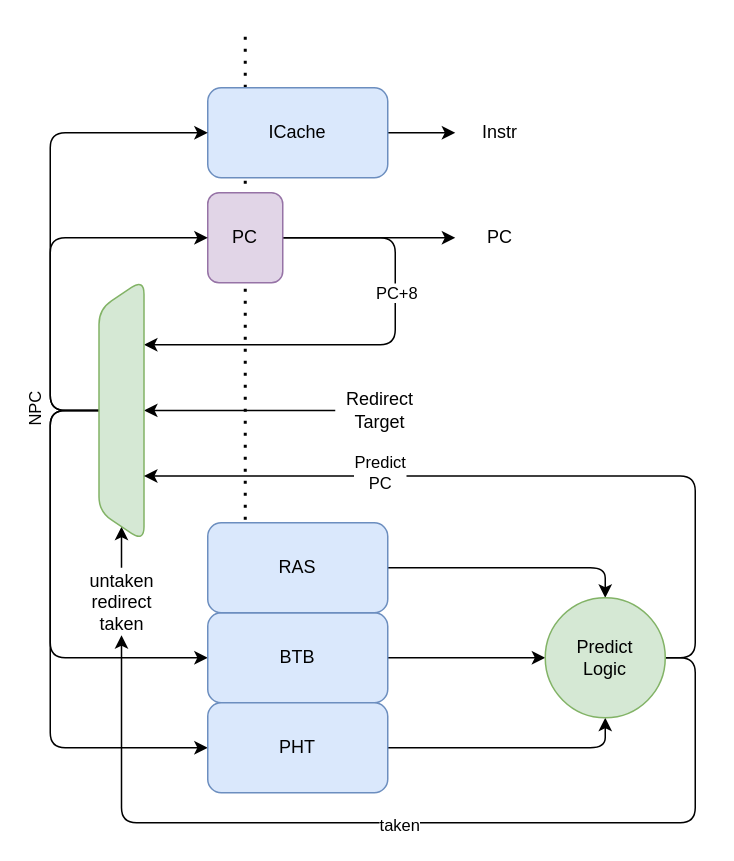
The draw.io diagram assets/BPU架构.drawio in ChipArts/Furina, before the edit. Source tidied: cells renumbered, new cells numbered last; positions are measured from the earlier drawing's top-left corner, leaving out a move shared by most shapes. Both pictures are drawn from the tidied source at 150%, with x=0, y=0 at pixel (-10, 27).
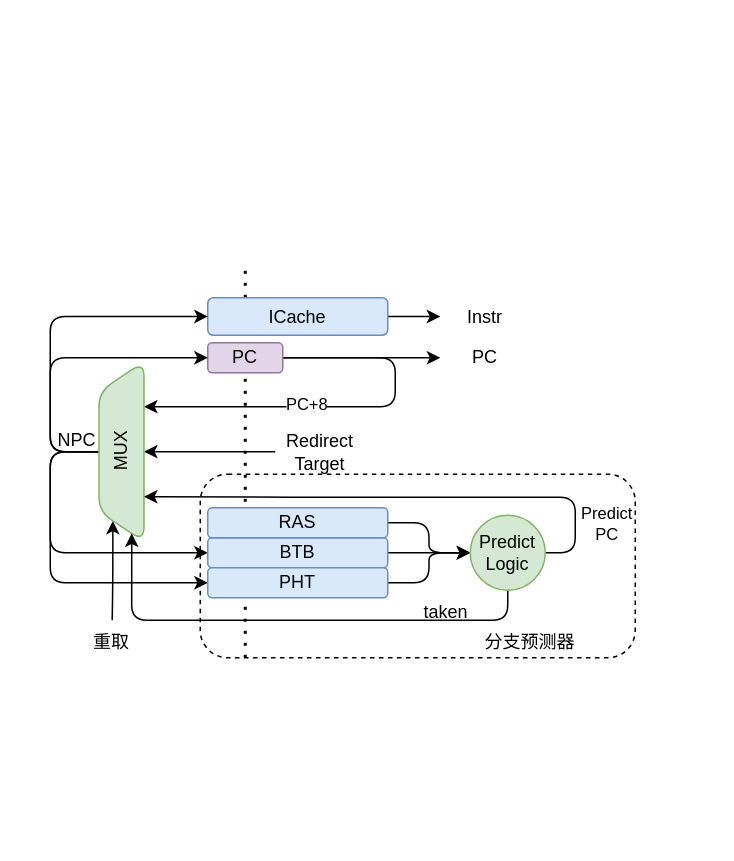
The same page after the edit.

What changed in the source:
```diff
@@
+    <mxCell id="32" style="rounded=1;whiteSpace=wrap;html=1;dashed=1;" parent="1" vertex="1">
+      <mxGeometry x="140" y="297.6" width="290" height="122.4" as="geometry" />
+    </mxCell>
     <mxCell id="2" style="endArrow=none;dashed=1;html=1;dashPattern=1 3;strokeWidth=2;rounded=1;" parent="1" edge="1">
       <mxGeometry relative="1" as="geometry">
-        <mxPoint x="170" y="480" as="sourcePoint" />
-        <mxPoint x="170" as="targetPoint" />
+        <mxPoint x="170" y="420" as="sourcePoint" />
+        <mxPoint x="170" y="160" as="targetPoint" />
       </mxGeometry>
     </mxCell>
@@
     <mxCell id="4" value="ICache" style="rounded=1;whiteSpace=wrap;html=1;fillColor=#dae8fc;strokeColor=#6c8ebf;" parent="1" vertex="1">
-      <mxGeometry x="145" y="40" width="120" height="60" as="geometry" />
+      <mxGeometry x="145" y="180" width="120" height="25" as="geometry" />
     </mxCell>
@@
     <mxCell id="6" style="edgeStyle=orthogonalEdgeStyle;rounded=1;jettySize=auto;html=1;exitX=1;exitY=0.5;exitDx=0;exitDy=0;entryX=0.75;entryY=1;entryDx=0;entryDy=0;" parent="1" edge="1" source="8" target="16">
       <mxGeometry relative="1" as="geometry">
         <Array as="points">
-          <mxPoint x="270" y="140" />
-          <mxPoint x="270" y="211" />
+          <mxPoint x="270" y="220" />
+          <mxPoint x="270" y="253" />
+          <mxPoint x="102" y="253" />
         </Array>
       </mxGeometry>
     </mxCell>
     <mxCell id="7" value="PC+8" style="edgeLabel;html=1;align=center;verticalAlign=middle;rounded=1;" parent="6" vertex="1">
-      <mxGeometry x="-0.29" relative="1" as="geometry" />
+      <mxGeometry x="-0.29" relative="1" as="geometry">
+        <mxPoint x="-60" y="7" as="offset" />
+      </mxGeometry>
     </mxCell>
     <mxCell id="8" value="PC" style="rounded=1;whiteSpace=wrap;html=1;rotation=0;horizontal=1;verticalAlign=middle;fillColor=#e1d5e7;strokeColor=#9673a6;" parent="1" vertex="1">
-      <mxGeometry x="145" y="110" width="50" height="60" as="geometry" />
+      <mxGeometry x="145" y="210" width="50" height="20" as="geometry" />
     </mxCell>
     <mxCell id="9" style="edgeStyle=orthogonalEdgeStyle;rounded=1;jettySize=auto;html=1;exitX=0.5;exitY=0;exitDx=0;exitDy=0;entryX=0;entryY=0.5;entryDx=0;entryDy=0;" parent="1" edge="1" source="16" target="4">
       <mxGeometry relative="1" as="geometry">
         <Array as="points">
-          <mxPoint x="40" y="255" />
-          <mxPoint x="40" y="70" />
+          <mxPoint x="40" y="283" />
+          <mxPoint x="40" y="193" />
+          <mxPoint x="145" y="193" />
         </Array>
       </mxGeometry>
     </mxCell>
-    <mxCell id="10" value="NPC" style="edgeLabel;html=1;align=center;verticalAlign=middle;rotation=-90;rounded=1;" parent="9" vertex="1">
-      <mxGeometry x="-0.14" y="2" relative="1" as="geometry">
-        <mxPoint x="-8" y="107" as="offset" />
-      </mxGeometry>
-    </mxCell>
     <mxCell id="11" style="edgeStyle=orthogonalEdgeStyle;rounded=1;jettySize=auto;html=1;exitX=0.5;exitY=0;exitDx=0;exitDy=0;entryX=0;entryY=0.5;entryDx=0;entryDy=0;" parent="1" edge="1" source="16" target="18">
       <mxGeometry relative="1" as="geometry">
         <Array as="points">
-          <mxPoint x="40" y="255" />
-          <mxPoint x="40" y="420" />
+          <mxPoint x="40" y="283" />
+          <mxPoint x="40" y="350" />
         </Array>
       </mxGeometry>
     </mxCell>
     <mxCell id="12" style="edgeStyle=orthogonalEdgeStyle;rounded=1;jettySize=auto;html=1;exitX=0.5;exitY=0;exitDx=0;exitDy=0;entryX=0;entryY=0.5;entryDx=0;entryDy=0;" parent="1" edge="1" source="16" target="20">
       <mxGeometry relative="1" as="geometry">
         <Array as="points">
-          <mxPoint x="40" y="255" />
-          <mxPoint x="40" y="480" />
+          <mxPoint x="40" y="283" />
+          <mxPoint x="40" y="370" />
         </Array>
       </mxGeometry>
     </mxCell>
@@
-    <mxCell id="14" style="edgeStyle=orthogonalEdgeStyle;rounded=1;jettySize=auto;html=1;exitX=0;exitY=0.5;exitDx=0;exitDy=0;startArrow=classic;startFill=1;endArrow=none;endFill=0;" parent="1" edge="1" source="16" target="29">
-      <mxGeometry relative="1" as="geometry" />
-    </mxCell>
     <mxCell id="15" style="edgeStyle=orthogonalEdgeStyle;rounded=1;jettySize=auto;html=1;exitX=0.5;exitY=0;exitDx=0;exitDy=0;entryX=0;entryY=0.5;entryDx=0;entryDy=0;" parent="1" edge="1" source="16" target="8">
       <mxGeometry relative="1" as="geometry">
         <Array as="points">
-          <mxPoint x="40" y="255" />
-          <mxPoint x="40" y="140" />
+          <mxPoint x="40" y="283" />
+          <mxPoint x="40" y="220" />
         </Array>
       </mxGeometry>
     </mxCell>
+    <mxCell id="33" style="edgeStyle=orthogonalEdgeStyle;rounded=1;jettySize=auto;html=1;exitX=0;exitY=0.25;exitDx=0;exitDy=0;startArrow=classic;startFill=1;endArrow=none;endFill=0;" parent="1" edge="1" source="16" target="35">
+      <mxGeometry relative="1" as="geometry" />
+    </mxCell>
-    <mxCell id="16" style="shape=trapezoid;perimeter=trapezoidPerimeter;whiteSpace=wrap;html=1;fixedSize=1;rotation=-90;rounded=1;fillColor=#d5e8d4;strokeColor=#82b366;" parent="1" vertex="1">
-      <mxGeometry y="240.1" width="175" height="30" as="geometry" />
+    <mxCell id="16" value="MUX" style="shape=trapezoid;perimeter=trapezoidPerimeter;whiteSpace=wrap;html=1;fixedSize=1;rotation=-90;rounded=1;fillColor=#d5e8d4;strokeColor=#82b366;" parent="1" vertex="1">
+      <mxGeometry x="27.5" y="267.6" width="120" height="30" as="geometry" />
     </mxCell>
@@
     <mxCell id="18" value="BTB" style="rounded=1;whiteSpace=wrap;html=1;fillColor=#dae8fc;strokeColor=#6c8ebf;" parent="1" vertex="1">
-      <mxGeometry x="145" y="390" width="120" height="60" as="geometry" />
+      <mxGeometry x="145" y="340" width="120" height="20" as="geometry" />
     </mxCell>
-    <mxCell id="19" style="edgeStyle=orthogonalEdgeStyle;rounded=1;jettySize=auto;html=1;exitX=1;exitY=0.5;exitDx=0;exitDy=0;entryX=0.5;entryY=1;entryDx=0;entryDy=0;" parent="1" edge="1" source="20" target="28">
+    <mxCell id="19" style="edgeStyle=orthogonalEdgeStyle;rounded=1;jettySize=auto;html=1;exitX=1;exitY=0.5;exitDx=0;exitDy=0;" parent="1" edge="1" source="20" target="28">
       <mxGeometry relative="1" as="geometry" />
     </mxCell>
     <mxCell id="20" value="PHT" style="rounded=1;whiteSpace=wrap;html=1;fillColor=#dae8fc;strokeColor=#6c8ebf;" parent="1" vertex="1">
-      <mxGeometry x="145" y="450" width="120" height="60" as="geometry" />
+      <mxGeometry x="145" y="360" width="120" height="20" as="geometry" />
     </mxCell>
-    <mxCell id="21" style="edgeStyle=orthogonalEdgeStyle;rounded=1;jettySize=auto;html=1;exitX=1;exitY=0.5;exitDx=0;exitDy=0;entryX=0.5;entryY=0;entryDx=0;entryDy=0;" parent="1" edge="1" source="22" target="28">
+    <mxCell id="21" style="edgeStyle=orthogonalEdgeStyle;rounded=1;jettySize=auto;html=1;exitX=1;exitY=0.5;exitDx=0;exitDy=0;entryX=0;entryY=0.5;entryDx=0;entryDy=0;" parent="1" edge="1" source="22" target="28">
       <mxGeometry relative="1" as="geometry" />
     </mxCell>
     <mxCell id="22" value="RAS" style="rounded=1;whiteSpace=wrap;html=1;fillColor=#dae8fc;strokeColor=#6c8ebf;" parent="1" vertex="1">
-      <mxGeometry x="145" y="330" width="120" height="60" as="geometry" />
+      <mxGeometry x="145" y="320" width="120" height="20" as="geometry" />
     </mxCell>
     <mxCell id="23" value="Redirect Target" style="text;html=1;align=center;verticalAlign=middle;whiteSpace=wrap;rounded=1;" parent="1" vertex="1">
-      <mxGeometry x="230" y="240.1" width="60" height="30" as="geometry" />
+      <mxGeometry x="190" y="267.6" width="60" height="30" as="geometry" />
     </mxCell>
     <mxCell id="24" style="edgeStyle=orthogonalEdgeStyle;rounded=1;jettySize=auto;html=1;exitX=1;exitY=0.5;exitDx=0;exitDy=0;entryX=0.25;entryY=1;entryDx=0;entryDy=0;" parent="1" edge="1" source="28" target="16">
-      <mxGeometry relative="1" as="geometry" />
+      <mxGeometry relative="1" as="geometry">
+        <Array as="points">
+          <mxPoint x="390" y="350" />
+          <mxPoint x="390" y="313" />
+          <mxPoint x="211" y="313" />
+        </Array>
+      </mxGeometry>
     </mxCell>
-    <mxCell id="25" value="Predict&lt;div&gt;PC&lt;/div&gt;" style="edgeLabel;html=1;align=center;verticalAlign=middle;rounded=1;" parent="24" vertex="1">
+    <mxCell id="25" value="Predict&lt;div&gt;PC&lt;/div&gt;" style="edgeLabel;html=1;align=center;verticalAlign=middle;rounded=1;labelBackgroundColor=none;" parent="24" vertex="1">
       <mxGeometry x="0.36" y="-2" relative="1" as="geometry">
-        <mxPoint x="-6" as="offset" />
+        <mxPoint x="197" y="19" as="offset" />
       </mxGeometry>
     </mxCell>
-    <mxCell id="26" style="edgeStyle=orthogonalEdgeStyle;rounded=1;jettySize=auto;html=1;exitX=1;exitY=0.5;exitDx=0;exitDy=0;entryX=0.5;entryY=1;entryDx=0;entryDy=0;" parent="1" edge="1" source="28" target="29">
-      <mxGeometry relative="1" as="geometry">
-        <Array as="points">
-          <mxPoint x="470" y="420" />
-          <mxPoint x="470" y="530" />
-          <mxPoint x="88" y="530" />
-        </Array>
-      </mxGeometry>
-    </mxCell>
-    <mxCell id="27" value="taken" style="edgeLabel;html=1;align=center;verticalAlign=middle;rounded=1;" parent="26" vertex="1">
-      <mxGeometry x="0.03" y="1" relative="1" as="geometry" />
-    </mxCell>
+    <mxCell id="34" style="edgeStyle=orthogonalEdgeStyle;rounded=1;jettySize=auto;html=1;exitX=0.5;exitY=1;exitDx=0;exitDy=0;entryX=0;entryY=0.75;entryDx=0;entryDy=0;" parent="1" edge="1" source="28" target="16">
+      <mxGeometry relative="1" as="geometry">
+        <Array as="points">
+          <mxPoint x="345" y="395" />
+          <mxPoint x="94" y="395" />
+        </Array>
+      </mxGeometry>
+    </mxCell>
     <mxCell id="28" value="&lt;div&gt;Predict&lt;/div&gt;Logic" style="ellipse;whiteSpace=wrap;html=1;rounded=1;fillColor=#d5e8d4;strokeColor=#82b366;" parent="1" vertex="1">
-      <mxGeometry x="370" y="380" width="80" height="80" as="geometry" />
+      <mxGeometry x="320" y="325" width="50" height="50" as="geometry" />
     </mxCell>
-    <mxCell id="29" value="&lt;div&gt;untaken&lt;/div&gt;&lt;div&gt;redirect&lt;/div&gt;&lt;div&gt;taken&lt;/div&gt;" style="text;html=1;align=center;verticalAlign=middle;whiteSpace=wrap;rounded=1;" parent="1" vertex="1">
-      <mxGeometry x="57.5" y="360" width="60" height="45" as="geometry" />
-    </mxCell>
     <mxCell id="30" value="PC" style="text;html=1;align=center;verticalAlign=middle;whiteSpace=wrap;rounded=1;" parent="1" vertex="1">
-      <mxGeometry x="310" y="125" width="60" height="30" as="geometry" />
+      <mxGeometry x="300" y="205" width="60" height="30" as="geometry" />
     </mxCell>
     <mxCell id="31" value="Instr" style="text;html=1;align=center;verticalAlign=middle;whiteSpace=wrap;rounded=1;" parent="1" vertex="1">
-      <mxGeometry x="310" y="55" width="60" height="30" as="geometry" />
+      <mxGeometry x="300" y="177.5" width="60" height="30" as="geometry" />
     </mxCell>
+    <mxCell id="35" value="重取" style="text;html=1;align=center;verticalAlign=middle;whiteSpace=wrap;rounded=1;" parent="1" vertex="1">
+      <mxGeometry x="51.3" y="395" width="60" height="30" as="geometry" />
+    </mxCell>
+    <mxCell id="27" value="taken" style="text;html=1;align=center;verticalAlign=middle;whiteSpace=wrap;rounded=0;" parent="1" vertex="1">
+      <mxGeometry x="274" y="375" width="60" height="30" as="geometry" />
+    </mxCell>
+    <mxCell id="10" value="NPC" style="text;html=1;align=center;verticalAlign=middle;whiteSpace=wrap;rounded=0;" parent="1" vertex="1">
+      <mxGeometry x="27.5" y="260" width="60" height="30" as="geometry" />
+    </mxCell>
+    <mxCell id="36" value="分支预测器" style="text;html=1;align=center;verticalAlign=middle;whiteSpace=wrap;rounded=0;" parent="1" vertex="1">
+      <mxGeometry x="320" y="395" width="80" height="30" as="geometry" />
+    </mxCell>
```
